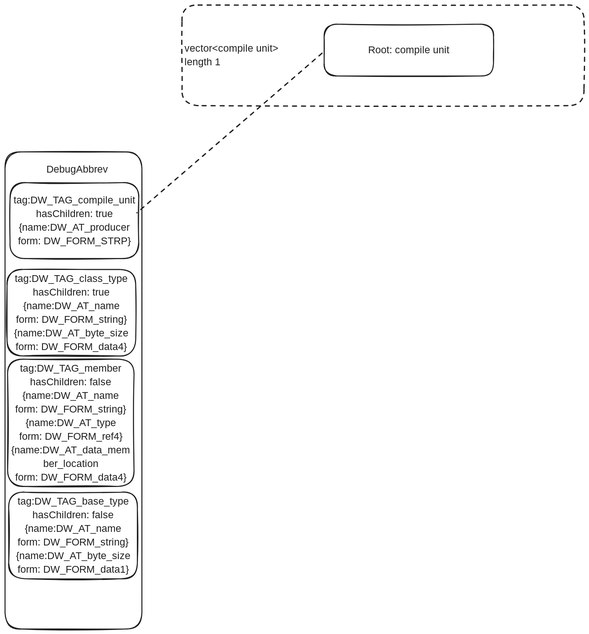
The Excalidraw diagram docs/debug/debugSymbol.excalidraw.svg in wasm-ecosystem/warpo, before a commit. Source tidied: one line per element, renumbered; positions are measured from the earlier drawing's top-left corner, leaving out a move shared by most shapes.
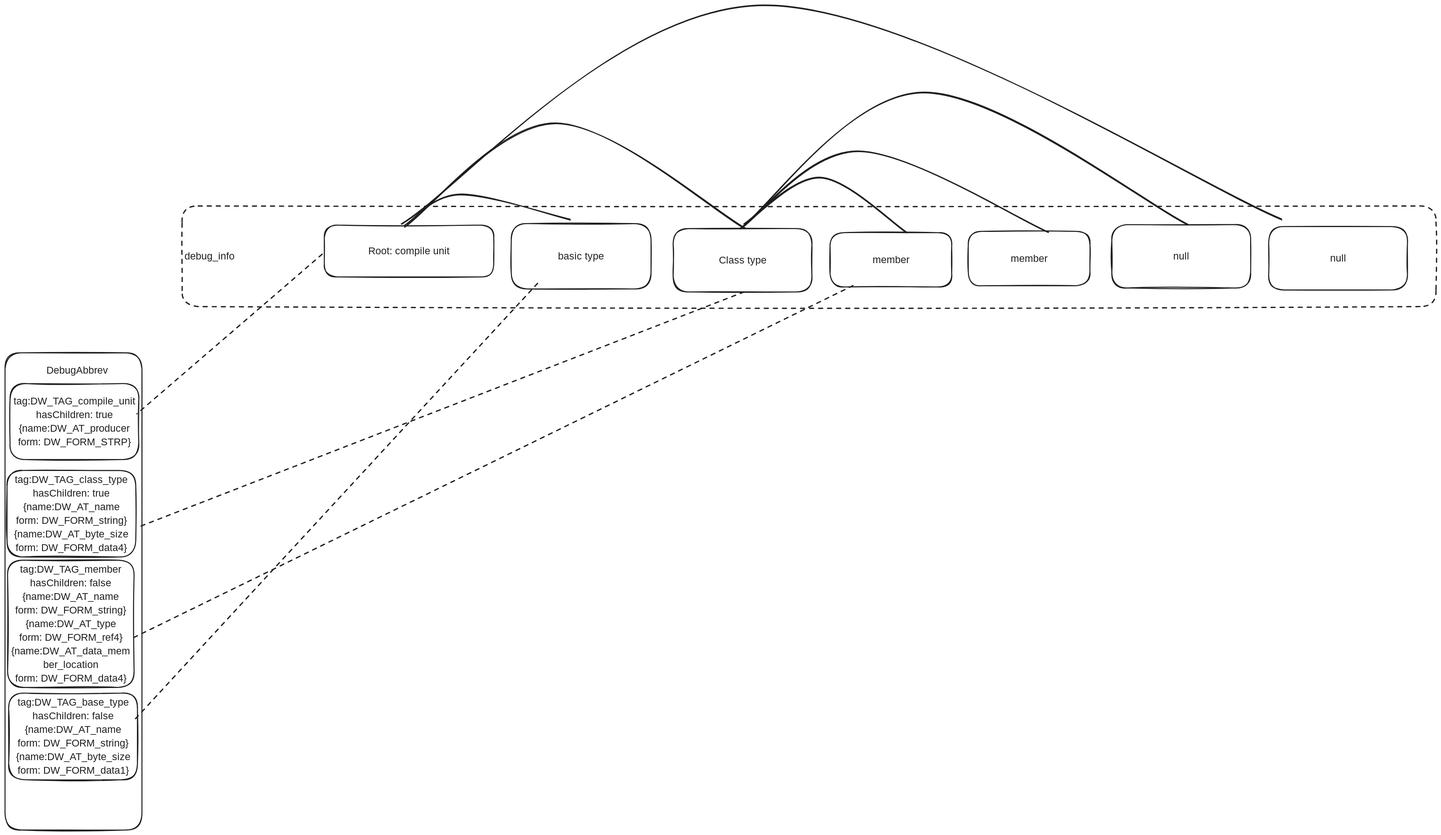
After the commit.

What changed in the source:
```diff
@@ -5,11 +5,32 @@
 {"id": 4, "type": "rectangle", "strokeColor": "#1e1e1e", "strokeWidth": 2, "roughness": 1, "round": true, "x": 10, "y": 353, "width": 256, "height": 151}
 {"id": 5, "type": "text", "text": "tag:DW_TAG_compile_unit\nhasChildren: true\n{name:DW_AT_producer\nform: DW_FORM_STRP}", "strokeColor": "#1e1e1e", "strokeWidth": 2, "strokeStyle": "dashed", "roughness": 1, "fontSize": 20, "fontFamily": 6, "textAlign": "center", "verticalAlign": "middle", "inside": 4, "x": 17, "y": 374, "width": 243, "height": 108}
 {"id": 6, "type": "line", "strokeColor": "#1e1e1e", "strokeWidth": 2, "strokeStyle": "dashed", "roughness": 1, "round": true, "x": 630, "y": 95, "width": 367, "height": 318, "points": [[0, 0], [-367, 318]]}
-{"id": 7, "type": "rectangle", "strokeColor": "#1e1e1e", "strokeWidth": 2, "strokeStyle": "dashed", "roughness": 1, "round": true, "x": 352, "y": 0, "width": 800, "height": 200}
+{"id": 7, "type": "rectangle", "strokeColor": "#1e1e1e", "strokeWidth": 2, "strokeStyle": "dashed", "roughness": 1, "round": true, "x": 352, "y": 0, "width": 2494, "height": 200}
-{"id": 8, "type": "text", "text": "vector<compile unit>\nlength 1", "strokeColor": "#1e1e1e", "strokeWidth": 2, "strokeStyle": "dashed", "roughness": 1, "fontSize": 20, "fontFamily": 6, "verticalAlign": "middle", "inside": 7, "x": 357, "y": 73, "width": 190, "height": 54}
+{"id": 8, "type": "text", "text": "debug_info", "strokeColor": "#1e1e1e", "strokeWidth": 2, "strokeStyle": "dashed", "roughness": 1, "fontSize": 20, "fontFamily": 6, "verticalAlign": "middle", "inside": 7, "x": 357, "y": 86, "width": 101, "height": 27}
 {"id": 9, "type": "rectangle", "strokeColor": "#1e1e1e", "strokeWidth": 2, "roughness": 1, "round": true, "x": 4, "y": 526, "width": 256, "height": 172}
 {"id": 10, "type": "text", "text": "tag:DW_TAG_class_type\nhasChildren: true\n{name:DW_AT_name\nform: DW_FORM_string}\n{name:DW_AT_byte_size\nform: DW_FORM_data4}", "strokeColor": "#1e1e1e", "strokeWidth": 2, "strokeStyle": "dashed", "roughness": 1, "fontSize": 20, "fontFamily": 6, "textAlign": "center", "verticalAlign": "middle", "inside": 9, "x": 19, "y": 531, "width": 226, "height": 162}
 {"id": 11, "type": "rectangle", "strokeColor": "#1e1e1e", "strokeWidth": 2, "roughness": 1, "round": true, "x": 5, "y": 704, "width": 252, "height": 253}
 {"id": 12, "type": "text", "text": "tag:DW_TAG_member\nhasChildren: false\n{name:DW_AT_name\nform: DW_FORM_string}\n{name:DW_AT_type\nform: DW_FORM_ref4}\n{name:DW_AT_data_mem\nber_location\nform: DW_FORM_data4}", "strokeColor": "#1e1e1e", "strokeWidth": 2, "strokeStyle": "dashed", "roughness": 1, "fontSize": 20, "fontFamily": 6, "textAlign": "center", "verticalAlign": "middle", "inside": 11, "x": 12, "y": 709, "width": 237, "height": 243}
 {"id": 13, "type": "rectangle", "strokeColor": "#1e1e1e", "strokeWidth": 2, "roughness": 1, "round": true, "x": 7, "y": 968, "width": 256, "height": 172}
 {"id": 14, "type": "text", "text": "tag:DW_TAG_base_type\nhasChildren: false\n{name:DW_AT_name\nform: DW_FORM_string}\n{name:DW_AT_byte_size\nform: DW_FORM_data1}", "strokeColor": "#1e1e1e", "strokeWidth": 2, "strokeStyle": "dashed", "roughness": 1, "fontSize": 20, "fontFamily": 6, "textAlign": "center", "verticalAlign": "middle", "inside": 13, "x": 22, "y": 974, "width": 226, "height": 162}
+{"id": 15, "type": "rectangle", "strokeColor": "#1e1e1e", "strokeWidth": 2, "roughness": 1, "round": true, "x": 1329, "y": 45, "width": 276, "height": 126}
+{"id": 16, "type": "text", "text": "Class type", "strokeColor": "#1e1e1e", "strokeWidth": 2, "roughness": 1, "fontSize": 20, "fontFamily": 6, "textAlign": "center", "verticalAlign": "middle", "inside": 15, "x": 1419, "y": 94, "width": 95, "height": 27}
+{"id": 17, "type": "rectangle", "strokeColor": "#1e1e1e", "strokeWidth": 2, "roughness": 1, "round": true, "x": 2513, "y": 41, "width": 276, "height": 126}
+{"id": 18, "type": "text", "text": "null", "strokeColor": "#1e1e1e", "strokeWidth": 2, "roughness": 1, "fontSize": 20, "fontFamily": 6, "textAlign": "center", "verticalAlign": "middle", "inside": 17, "x": 2634, "y": 90, "width": 35, "height": 27}
+{"id": 19, "type": "line", "strokeColor": "#1e1e1e", "strokeWidth": 2, "strokeStyle": "dashed", "roughness": 1, "round": true, "x": 1060, "y": 154, "width": 805, "height": 872, "points": [[0, 0], [-805, 872]]}
+{"id": 20, "type": "rectangle", "strokeColor": "#1e1e1e", "strokeWidth": 2, "roughness": 1, "round": true, "x": 1007, "y": 35, "width": 278, "height": 130}
+{"id": 21, "type": "text", "text": "basic type", "strokeColor": "#1e1e1e", "strokeWidth": 2, "roughness": 1, "fontSize": 20, "fontFamily": 6, "textAlign": "center", "verticalAlign": "middle", "inside": 20, "x": 1100, "y": 86, "width": 91, "height": 27}
+{"id": 22, "type": "line", "strokeColor": "#1e1e1e", "strokeWidth": 2, "strokeStyle": "dashed", "roughness": 1, "round": true, "x": 1470, "y": 171, "width": 1207, "height": 468, "points": [[0, 0], [-1207, 468]]}
+{"id": 23, "type": "rectangle", "strokeColor": "#1e1e1e", "strokeWidth": 2, "roughness": 1, "round": true, "x": 1641, "y": 53, "width": 242, "height": 108}
+{"id": 24, "type": "text", "text": "member", "strokeColor": "#1e1e1e", "strokeWidth": 2, "roughness": 1, "fontSize": 20, "fontFamily": 6, "textAlign": "center", "verticalAlign": "middle", "inside": 23, "x": 1724, "y": 94, "width": 75, "height": 27}
+{"id": 25, "type": "rectangle", "strokeColor": "#1e1e1e", "strokeWidth": 2, "roughness": 1, "round": true, "x": 1916, "y": 50, "width": 242, "height": 108}
+{"id": 26, "type": "text", "text": "member", "strokeColor": "#1e1e1e", "strokeWidth": 2, "roughness": 1, "fontSize": 20, "fontFamily": 6, "textAlign": "center", "verticalAlign": "middle", "inside": 25, "x": 1999, "y": 91, "width": 75, "height": 27}
+{"id": 27, "type": "line", "strokeColor": "#1e1e1e", "strokeWidth": 2, "roughness": 1, "round": true, "x": 1471, "y": 45, "width": 676, "height": 210, "points": [[0, 0], [-375, -210], [-676, -4]]}
+{"id": 28, "type": "line", "strokeColor": "#1e1e1e", "strokeWidth": 2, "roughness": 1, "round": true, "x": 1463, "y": 45, "width": 890, "height": 272, "points": [[0, 0], [365, -272], [890, -8]]}
+{"id": 29, "type": "line", "strokeColor": "#1e1e1e", "strokeWidth": 2, "roughness": 1, "round": true, "x": 795, "y": 38, "width": 330, "height": 62, "points": [[0, 0], [109, -62], [330, -11]]}
+{"id": 30, "type": "line", "strokeColor": "#1e1e1e", "strokeWidth": 2, "roughness": 1, "round": true, "x": 1471, "y": 37, "width": 322, "height": 110, "points": [[0, 0], [150, -94], [322, 16]]}
+{"id": 31, "type": "line", "strokeColor": "#1e1e1e", "strokeWidth": 2, "roughness": 1, "round": true, "x": 1463, "y": 45, "width": 612, "height": 162, "points": [[0, 0], [235, -153], [612, 8]]}
+{"id": 32, "type": "rectangle", "strokeColor": "#1e1e1e", "strokeWidth": 2, "roughness": 1, "round": true, "x": 2201, "y": 37, "width": 276, "height": 126}
+{"id": 33, "type": "text", "text": "null", "strokeColor": "#1e1e1e", "strokeWidth": 2, "roughness": 1, "fontSize": 20, "fontFamily": 6, "textAlign": "center", "verticalAlign": "middle", "inside": 32, "x": 2322, "y": 86, "width": 35, "height": 27}
+{"id": 34, "type": "line", "strokeColor": "#1e1e1e", "strokeWidth": 2, "roughness": 1, "round": true, "x": 789, "y": 35, "width": 1750, "height": 434, "points": [[0, 0], [721, -434], [1750, -8]]}
+{"id": 35, "type": "line", "strokeColor": "#1e1e1e", "strokeWidth": 2, "strokeStyle": "dashed", "roughness": 1, "round": true, "x": 1686, "y": 157, "width": 1429, "height": 700, "points": [[0, 0], [-1429, 700]]}
```
